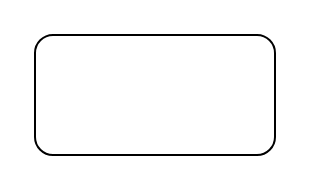
Earlier version of the draw.io diagram Untitled Diagram.drawio (Mobevious/StudentManagementApp). Source tidied: cells renumbered, new cells numbered last; positions are measured from the earlier drawing's top-left corner, leaving out a move shared by most shapes. Both pictures are drawn from the tidied source at 200%, with x=0, y=0 at pixel (34, 34).
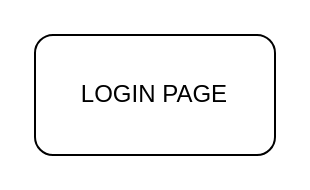
After the change.

Diff of the diagram source:
```diff
@@
 <mxGraphModel>
   <root>
     <mxCell id="0" />
     <mxCell id="1" parent="0" />
-    <mxCell id="2" style="rounded=1;whiteSpace=wrap;html=1;" parent="1" vertex="1">
+    <mxCell id="2" value="LOGIN PAGE" style="rounded=1;whiteSpace=wrap;html=1;" parent="1" vertex="1">
       <mxGeometry width="120" height="60" as="geometry" />
     </mxCell>
   </root>
 </mxGraphModel>
```
